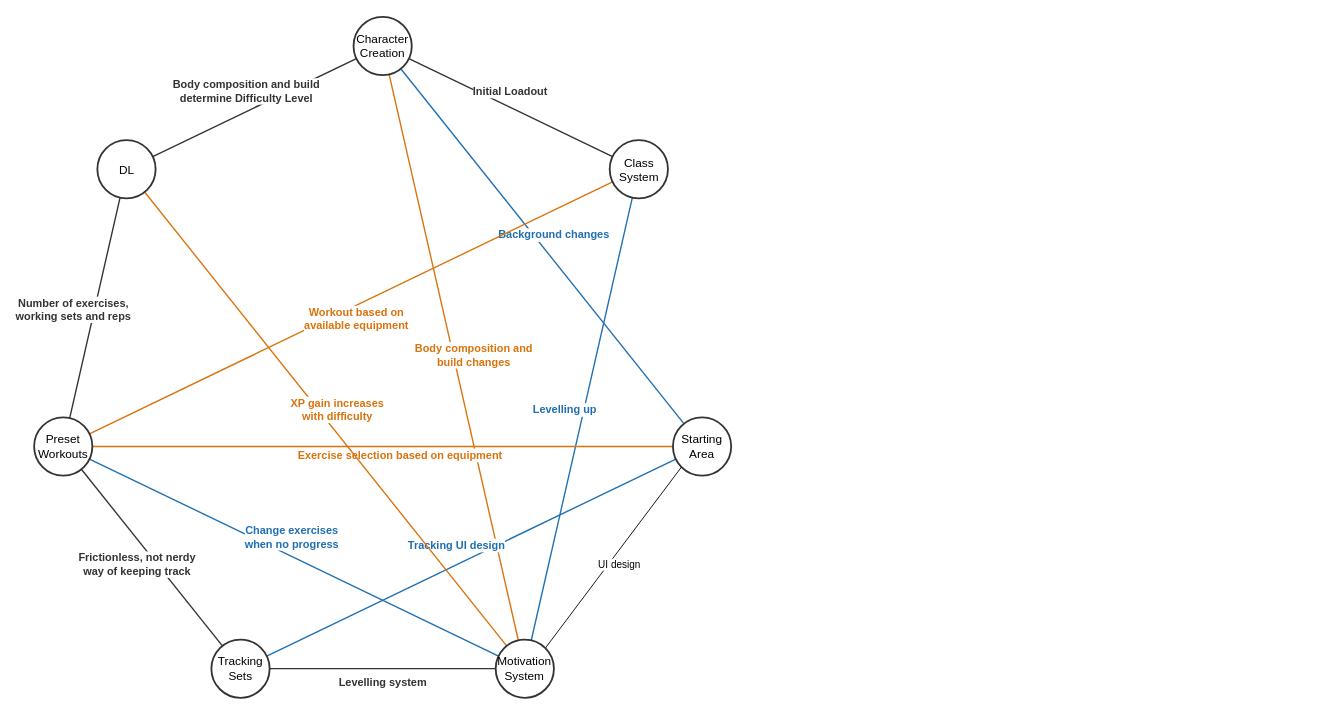
The draw.io diagram pumplex.drawio in alex-antohi/pumplex, before the edit. Source tidied: cells renumbered, new cells numbered last; positions are measured from the earlier drawing's top-left corner, leaving out a move shared by most shapes. Both pictures are drawn from the tidied source at 91%, with x=0, y=0 at pixel (34, 16).
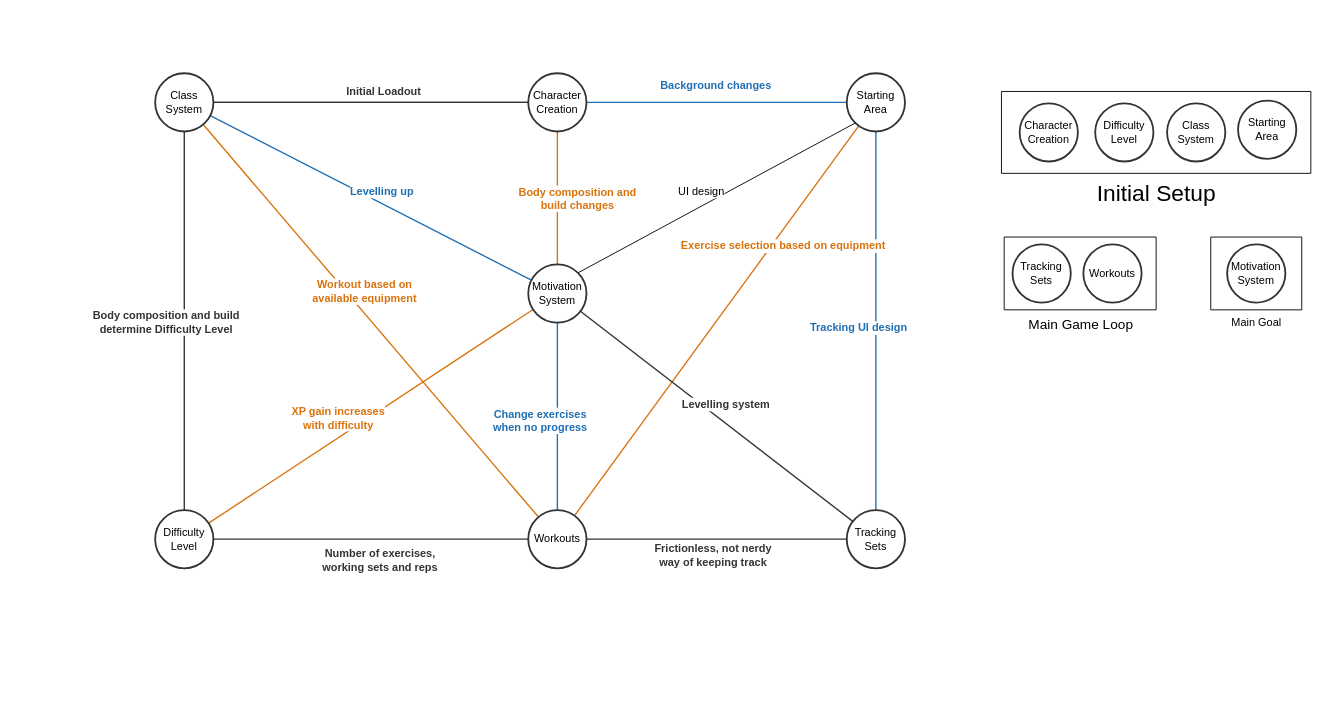
Above is the later version.

The edit, as a diff of the source:
```diff
@@
     <mxCell id="2" value="Initial Loadout" style="endArrow=none;startArrow=none;html=1;rounded=0;strokeWidth=1.5;strokeColor=#333333;fontColor=#333333;fontSize=12;fontStyle=1;labelBackgroundColor=#ffffff;labelAutoRotate=1;" parent="1" edge="1" source="15" target="16">
-      <mxGeometry x="-0.07" y="16" relative="1" as="geometry" />
+      <mxGeometry x="-0.08" y="-12" relative="1" as="geometry" />
     </mxCell>
@@
-    <mxCell id="5" value="&lt;span class=&quot;xt0psk2 x1ghz6dp x1717udv x1wty727 x4gjf66 x15eiy0f x1lziwak x15472z4 x1qlqyl8 x15bjb6t x1s688f x14rh7hd xdj266r&quot; style=&quot;--x-color: var(--d-link-hover-color, var(--d-inherited-text-color, inherit));&quot;&gt;&lt;span style=&quot;&quot;&gt;Body&lt;/span&gt; &lt;span style=&quot;&quot;&gt;composition&lt;/span&gt; &lt;span style=&quot;&quot;&gt;and&lt;/span&gt; &lt;span style=&quot;&quot;&gt;build&lt;br&gt;determine Difficulty Level&lt;/span&gt;&lt;/span&gt;" style="endArrow=none;startArrow=none;html=1;rounded=0;strokeWidth=1.5;strokeColor=#333333;fontColor=#333333;fontSize=12;fontStyle=1;labelBackgroundColor=#ffffff;labelAutoRotate=1;" parent="1" edge="1" source="15" target="22">
+    <mxCell id="5" value="&lt;span class=&quot;xt0psk2 x1ghz6dp x1717udv x1wty727 x4gjf66 x15eiy0f x1lziwak x15472z4 x1qlqyl8 x15bjb6t x1s688f x14rh7hd xdj266r&quot; style=&quot;--x-color: var(--d-link-hover-color, var(--d-inherited-text-color, inherit));&quot;&gt;&lt;span style=&quot;&quot;&gt;Body&lt;/span&gt; &lt;span style=&quot;&quot;&gt;composition&lt;/span&gt; &lt;span style=&quot;&quot;&gt;and&lt;/span&gt; &lt;span style=&quot;&quot;&gt;build&lt;br&gt;determine Difficulty Level&lt;/span&gt;&lt;/span&gt;" style="endArrow=none;startArrow=none;html=1;rounded=0;strokeWidth=1.5;strokeColor=#333333;fontColor=#333333;fontSize=12;fontStyle=1;labelBackgroundColor=#ffffff;labelAutoRotate=1;" parent="1" edge="1" source="16" target="22">
       <mxGeometry x="0.01" y="-20" relative="1" as="geometry" />
     </mxCell>
     <mxCell id="6" value="Levelling up" style="endArrow=none;startArrow=none;html=1;rounded=0;strokeWidth=1.5;strokeColor=#1f6fb2;fontColor=#1f6fb2;fontSize=12;fontStyle=1;labelBackgroundColor=#ffffff;labelAutoRotate=1;" parent="1" edge="1" source="16" target="19">
-      <mxGeometry x="-0.02" y="-21" relative="1" as="geometry" />
+      <mxGeometry x="0.04" y="12" relative="1" as="geometry" />
     </mxCell>
     <mxCell id="7" value="Workout based on&lt;br&gt;available equipment" style="endArrow=none;startArrow=none;html=1;rounded=0;strokeWidth=1.5;strokeColor=#d9730d;fontColor=#d9730d;fontSize=12;fontStyle=1;labelBackgroundColor=#ffffff;labelAutoRotate=1;" parent="1" edge="1" source="16" target="21">
-      <mxGeometry y="13" relative="1" as="geometry" />
+      <mxGeometry x="-0.1" y="15" relative="1" as="geometry" />
     </mxCell>
@@
     <mxCell id="9" value="Exercise selection based on equipment" style="endArrow=none;startArrow=none;html=1;rounded=0;strokeWidth=1.5;strokeColor=#d9730d;fontColor=#d9730d;fontSize=12;fontStyle=1;labelBackgroundColor=#ffffff;labelAutoRotate=1;" parent="1" edge="1" source="17" target="21">
-      <mxGeometry x="-0.06" y="10" relative="1" as="geometry" />
+      <mxGeometry x="-0.41" y="11" relative="1" as="geometry" />
     </mxCell>
-    <mxCell id="10" value="Levelling system" style="endArrow=none;startArrow=none;html=1;rounded=0;strokeWidth=1.5;strokeColor=#333333;fontColor=#333333;fontSize=12;fontStyle=1;labelBackgroundColor=#ffffff;" parent="1" edge="1" source="19" target="20">
+    <mxCell id="10" value="Levelling system" style="endArrow=none;startArrow=none;html=1;rounded=0;strokeWidth=1.5;strokeColor=#333333;fontColor=#333333;fontSize=12;fontStyle=1;labelBackgroundColor=#ffffff;labelAutoRotate=1;" parent="1" edge="1" source="19" target="20">
       <mxGeometry y="16" relative="1" as="geometry" />
     </mxCell>
@@
     <mxCell id="12" value="XP gain increases&lt;br&gt;with difficulty" style="endArrow=none;startArrow=none;html=1;rounded=0;strokeWidth=1.5;strokeColor=#d9730d;fontColor=#d9730d;fontSize=12;fontStyle=1;labelBackgroundColor=#ffffff;labelAutoRotate=1;" parent="1" edge="1" source="19" target="22">
-      <mxGeometry y="-16" relative="1" as="geometry" />
+      <mxGeometry x="0.15" y="-18" relative="1" as="geometry" />
     </mxCell>
@@
-    <mxCell id="15" value="Character&lt;br&gt;Creation" style="ellipse;whiteSpace=wrap;html=1;fillColor=#ffffff;strokeColor=#333333;strokeWidth=2;fontSize=13;fontStyle=0;align=center;" parent="1" vertex="1">
-      <mxGeometry x="351" width="64" height="64" as="geometry" />
+    <mxCell id="15" value="Character&lt;br&gt;Creation" style="ellipse;whiteSpace=wrap;html=1;fillColor=#ffffff;strokeColor=#333333;strokeWidth=2;fontSize=12;fontStyle=0;align=center;" parent="1" vertex="1">
+      <mxGeometry x="543" y="62" width="64" height="64" as="geometry" />
     </mxCell>
-    <mxCell id="16" value="&lt;font&gt;Class&lt;br&gt;System&lt;/font&gt;" style="ellipse;whiteSpace=wrap;html=1;fillColor=#ffffff;strokeColor=#333333;strokeWidth=2;fontSize=13;fontStyle=0;fontFamily=Helvetica;fontColor=default;align=center;verticalAlign=middle;" parent="1" vertex="1">
-      <mxGeometry x="632.5" y="135.5" width="64" height="64" as="geometry" />
-    </mxCell>
-    <mxCell id="17" value="Starting&lt;br&gt;Area" style="ellipse;whiteSpace=wrap;html=1;fillColor=#ffffff;strokeColor=#333333;strokeWidth=2;fontSize=13;fontStyle=0;fontFamily=Helvetica;fontColor=default;align=center;verticalAlign=middle;" parent="1" vertex="1">
-      <mxGeometry x="702" y="440.1" width="64" height="64" as="geometry" />
+    <mxCell id="17" value="Starting&lt;br&gt;Area" style="ellipse;whiteSpace=wrap;html=1;fillColor=#ffffff;strokeColor=#333333;strokeWidth=2;fontSize=12;fontStyle=0;fontFamily=Helvetica;fontColor=default;align=center;verticalAlign=middle;" parent="1" vertex="1">
+      <mxGeometry x="893" y="62" width="64" height="64" as="geometry" />
     </mxCell>
-    <mxCell id="18" value="&lt;div&gt;UI design&lt;/div&gt;" style="rounded=0;jettySize=auto;html=1;exitX=1;exitY=0;exitDx=0;exitDy=0;entryX=0;entryY=1;entryDx=0;entryDy=0;defaultLabelBackgroundColor=page;labelPadding=0 4;endArrow=none;endFill=0;labelAutoRotate=1;" parent="1" edge="1" source="19" target="17">
-      <mxGeometry x="-0.02" y="-10" relative="1" as="geometry" />
+    <mxCell id="18" value="&lt;div&gt;UI design&lt;/div&gt;" style="rounded=0;jettySize=auto;html=1;exitX=1;exitY=0;exitDx=0;exitDy=0;entryX=0;entryY=1;entryDx=0;entryDy=0;defaultLabelBackgroundColor=page;labelPadding=0 4;endArrow=none;endFill=0;labelAutoRotate=1;fontSize=12;" parent="1" edge="1" source="19" target="17">
+      <mxGeometry x="-0.07" y="14" relative="1" as="geometry" />
     </mxCell>
-    <mxCell id="19" value="Motivation&lt;br&gt;System" style="ellipse;whiteSpace=wrap;html=1;fillColor=#ffffff;strokeColor=#333333;strokeWidth=2;fontSize=13;fontStyle=0;fontFamily=Helvetica;fontColor=default;align=center;verticalAlign=middle;" parent="1" vertex="1">
-      <mxGeometry x="507.2" y="684.3" width="64" height="64" as="geometry" />
+    <mxCell id="19" value="Motivation&lt;br&gt;System" style="ellipse;whiteSpace=wrap;html=1;fillColor=#ffffff;strokeColor=#333333;strokeWidth=2;fontSize=12;fontStyle=0;fontFamily=Helvetica;fontColor=default;align=center;verticalAlign=middle;" parent="1" vertex="1">
+      <mxGeometry x="543" y="272" width="64" height="64" as="geometry" />
     </mxCell>
-    <mxCell id="20" value="Tracking&lt;br&gt;Sets" style="ellipse;whiteSpace=wrap;html=1;fillColor=#ffffff;strokeColor=#333333;strokeWidth=2;fontSize=13;fontStyle=0;fontFamily=Helvetica;fontColor=default;align=center;verticalAlign=middle;" parent="1" vertex="1">
-      <mxGeometry x="194.8" y="684.3" width="64" height="64" as="geometry" />
+    <mxCell id="20" value="Tracking&lt;br&gt;Sets" style="ellipse;whiteSpace=wrap;html=1;fillColor=#ffffff;strokeColor=#333333;strokeWidth=2;fontSize=12;fontStyle=0;fontFamily=Helvetica;fontColor=default;align=center;verticalAlign=middle;" parent="1" vertex="1">
+      <mxGeometry x="893" y="542" width="64" height="64" as="geometry" />
     </mxCell>
-    <mxCell id="21" value="Preset&lt;br&gt;Workouts" style="ellipse;whiteSpace=wrap;html=1;fillColor=#ffffff;strokeColor=#333333;strokeWidth=2;fontSize=13;fontStyle=0;fontFamily=Helvetica;fontColor=default;align=center;verticalAlign=middle;" parent="1" vertex="1">
-      <mxGeometry y="440.1" width="64" height="64" as="geometry" />
+    <mxCell id="21" value="Workouts" style="ellipse;whiteSpace=wrap;html=1;fillColor=#ffffff;strokeColor=#333333;strokeWidth=2;fontSize=12;fontStyle=0;fontFamily=Helvetica;fontColor=default;align=center;verticalAlign=middle;" parent="1" vertex="1">
+      <mxGeometry x="543" y="542" width="64" height="64" as="geometry" />
     </mxCell>
-    <mxCell id="22" value="DL" style="ellipse;whiteSpace=wrap;html=1;fillColor=#ffffff;strokeColor=#333333;strokeWidth=2;fontSize=13;fontStyle=0;fontFamily=Helvetica;fontColor=default;align=center;verticalAlign=middle;" parent="1" vertex="1">
-      <mxGeometry x="69.5" y="135.5" width="64" height="64" as="geometry" />
+    <mxCell id="22" value="Difficulty&lt;br&gt;&lt;div&gt;Level&lt;/div&gt;" style="ellipse;whiteSpace=wrap;html=1;fillColor=#ffffff;strokeColor=#333333;strokeWidth=2;fontSize=12;fontStyle=0;fontFamily=Helvetica;fontColor=default;align=center;verticalAlign=middle;" parent="1" vertex="1">
+      <mxGeometry x="133" y="542" width="64" height="64" as="geometry" />
     </mxCell>
+    <mxCell id="23" style="endArrow=none;startArrow=none;html=1;rounded=0;strokeWidth=1.5;strokeColor=#333333;fontColor=#333333;fontSize=12;fontStyle=1;labelBackgroundColor=#ffffff;labelAutoRotate=1;" parent="1" edge="1" source="15" target="16">
+      <mxGeometry x="0.01" y="-20" relative="1" as="geometry" />
+    </mxCell>
+    <mxCell id="16" value="&lt;font&gt;Class&lt;br&gt;System&lt;/font&gt;" style="ellipse;whiteSpace=wrap;html=1;fillColor=#ffffff;strokeColor=#333333;strokeWidth=2;fontSize=12;fontStyle=0;fontFamily=Helvetica;fontColor=default;align=center;verticalAlign=middle;" parent="1" vertex="1">
+      <mxGeometry x="133" y="62" width="64" height="64" as="geometry" />
+    </mxCell>
+    <mxCell id="24" style="group;" parent="1" vertex="1">
+      <mxGeometry x="1293" y="242" width="100" height="80" as="geometry" />
+    </mxCell>
+    <mxCell id="25" value="Main Goal" style="verticalLabelPosition=bottom;verticalAlign=top;html=1;shape=mxgraph.basic.rect;fillColor2=none;strokeWidth=1;size=20;indent=5;labelPerimeter=1;" parent="24" vertex="1">
+      <mxGeometry width="100" height="80" as="geometry" />
+    </mxCell>
+    <mxCell id="26" value="Motivation&lt;br&gt;System" style="ellipse;whiteSpace=wrap;html=1;fillColor=#ffffff;strokeColor=#333333;strokeWidth=2;fontSize=12;fontStyle=0;fontFamily=Helvetica;fontColor=default;align=center;verticalAlign=middle;" parent="24" vertex="1">
+      <mxGeometry x="18" y="8" width="64" height="64" as="geometry" />
+    </mxCell>
+    <mxCell id="27" style="group;" parent="1" vertex="1">
+      <mxGeometry x="1066" y="242" width="167" height="80" as="geometry" />
+    </mxCell>
+    <mxCell id="28" value="&lt;font style=&quot;font-size: 15px;&quot;&gt;Main Game Loop&lt;/font&gt;" style="verticalLabelPosition=bottom;verticalAlign=top;html=1;shape=mxgraph.basic.rect;fillColor2=none;strokeWidth=1;size=20;indent=5;labelPerimeter=1;" parent="27" vertex="1">
+      <mxGeometry width="167" height="80" as="geometry" />
+    </mxCell>
+    <mxCell id="29" value="Tracking&lt;br&gt;Sets" style="ellipse;whiteSpace=wrap;html=1;fillColor=#ffffff;strokeColor=#333333;strokeWidth=2;fontSize=12;fontStyle=0;fontFamily=Helvetica;fontColor=default;align=center;verticalAlign=middle;" parent="27" vertex="1">
+      <mxGeometry x="9.2" y="8" width="64" height="64" as="geometry" />
+    </mxCell>
+    <mxCell id="30" value="Workouts" style="ellipse;whiteSpace=wrap;html=1;fillColor=#ffffff;strokeColor=#333333;strokeWidth=2;fontSize=12;fontStyle=0;fontFamily=Helvetica;fontColor=default;align=center;verticalAlign=middle;" parent="27" vertex="1">
+      <mxGeometry x="87" y="8" width="64" height="64" as="geometry" />
+    </mxCell>
+    <mxCell id="31" style="group;" parent="1" vertex="1">
+      <mxGeometry x="1063" y="82" width="340" height="90" as="geometry" />
+    </mxCell>
+    <mxCell id="32" value="&lt;div&gt;&lt;font style=&quot;font-size: 25px;&quot;&gt;Initial Setup&lt;/font&gt;&lt;/div&gt;" style="verticalLabelPosition=bottom;verticalAlign=top;html=1;shape=mxgraph.basic.rect;fillColor2=none;strokeWidth=1;size=20;indent=5;labelPerimeter=1;fontSize=12;" parent="31" vertex="1">
+      <mxGeometry width="340" height="90" as="geometry" />
+    </mxCell>
+    <mxCell id="33" value="Difficulty&lt;br&gt;&lt;div&gt;Level&lt;/div&gt;" style="ellipse;whiteSpace=wrap;html=1;fillColor=#ffffff;strokeColor=#333333;strokeWidth=2;fontSize=12;fontStyle=0;fontFamily=Helvetica;fontColor=default;align=center;verticalAlign=middle;" parent="31" vertex="1">
+      <mxGeometry x="103" y="13" width="64" height="64" as="geometry" />
+    </mxCell>
+    <mxCell id="34" value="Starting&lt;br&gt;Area" style="ellipse;whiteSpace=wrap;html=1;fillColor=#ffffff;strokeColor=#333333;strokeWidth=2;fontSize=12;fontStyle=0;fontFamily=Helvetica;fontColor=default;align=center;verticalAlign=middle;" parent="31" vertex="1">
+      <mxGeometry x="260" y="10" width="64" height="64" as="geometry" />
+    </mxCell>
+    <mxCell id="35" value="Character&lt;br&gt;Creation" style="ellipse;whiteSpace=wrap;html=1;fillColor=#ffffff;strokeColor=#333333;strokeWidth=2;fontSize=12;fontStyle=0;align=center;" parent="31" vertex="1">
+      <mxGeometry x="20" y="13" width="64" height="64" as="geometry" />
+    </mxCell>
+    <mxCell id="36" value="&lt;font&gt;Class&lt;br&gt;System&lt;/font&gt;" style="ellipse;whiteSpace=wrap;html=1;fillColor=#ffffff;strokeColor=#333333;strokeWidth=2;fontSize=12;fontStyle=0;fontFamily=Helvetica;fontColor=default;align=center;verticalAlign=middle;" parent="31" vertex="1">
+      <mxGeometry x="182" y="13" width="64" height="64" as="geometry" />
+    </mxCell>
```
